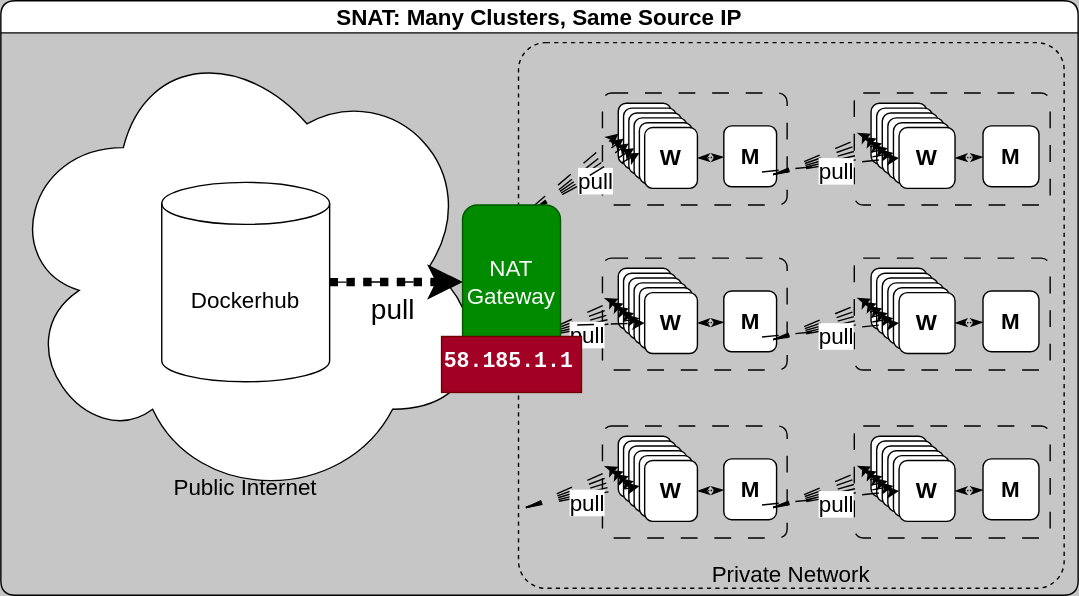
Earlier version of the draw.io export content/explainer/container-oci-registry/pull-a-public-container-image/4-pulls-from-snat-gateway.drawio.svg (doughgle/doughgle.github.io). Source tidied: cells renumbered, new cells last; positions are measured from the earlier drawing's top-left corner, leaving out a move shared by most shapes.
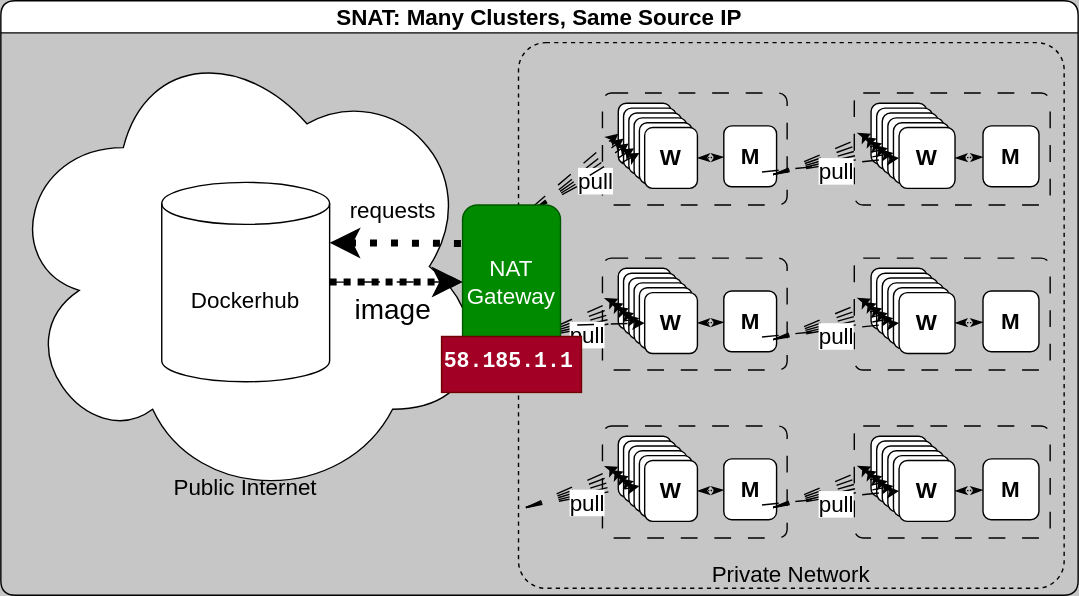
After the commit.

The edit, as a diff of the source:
```diff
@@ -261,10 +261,10 @@
         <mxPoint x="-58" y="58.3" as="sourcePoint" />
       </mxGeometry>
     </mxCell>
-    <mxCell id="73" value="pull" style="edgeStyle=none;html=1;entryX=0;entryY=0.5;entryDx=0;entryDy=0;fontSize=20;dashed=1;dashPattern=12 12;exitX=1;exitY=0.5;exitDx=0;exitDy=0;exitPerimeter=0;spacing=5;" parent="3" edge="1" source="5" target="108">
+    <mxCell id="73" value="image" style="edgeStyle=none;html=1;entryX=0;entryY=0.5;entryDx=0;entryDy=0;fontSize=20;dashed=1;dashPattern=12 12;exitX=1;exitY=0.5;exitDx=0;exitDy=0;exitPerimeter=0;spacing=5;" parent="3" edge="1" source="5" target="108">
       <mxGeometry x="-0.05" y="-19" relative="1" as="geometry" />
     </mxCell>
-    <mxCell id="74" style="edgeStyle=none;html=1;entryX=0;entryY=0.5;entryDx=0;entryDy=0;exitX=1;exitY=0.5;exitDx=0;exitDy=0;exitPerimeter=0;fontSize=16;dashed=1;strokeWidth=6;dashPattern=1 1;" parent="3" edge="1" source="5" target="108">
+    <mxCell id="74" style="edgeStyle=none;html=1;entryX=0;entryY=0.5;entryDx=0;entryDy=0;exitX=1;exitY=0.5;exitDx=0;exitDy=0;exitPerimeter=0;fontSize=16;dashed=1;strokeWidth=5;dashPattern=1 1;" parent="3" edge="1" source="5" target="108">
       <mxGeometry relative="1" as="geometry" />
     </mxCell>
     <mxCell id="75" style="group;" parent="3" vertex="1">
@@ -392,6 +392,9 @@
     <mxCell id="109" value="&lt;span style=&quot;font-family: SFMono-Regular, Menlo, Monaco, Consolas, &amp;quot;Liberation Mono&amp;quot;, &amp;quot;Courier New&amp;quot;, monospace; font-size: 15.4px;&quot;&gt;58.185.1.1&lt;/span&gt;" style="text;whiteSpace=wrap;html=1;fontSize=16;fillColor=#a20025;fontColor=#ffffff;strokeColor=#6F0000;labelBackgroundColor=none;fontStyle=1;" parent="3" vertex="1">
       <mxGeometry x="315" y="240" width="100" height="40" as="geometry" />
     </mxCell>
+    <mxCell id="111" value="requests" style="edgeStyle=none;html=1;entryX=0;entryY=0.25;entryDx=0;entryDy=0;exitX=1;exitY=0;exitDx=0;exitDy=43.125;exitPerimeter=0;fontSize=16;dashed=1;strokeWidth=5;startArrow=classic;startFill=1;endArrow=none;endFill=0;dashPattern=1 2;" parent="3" edge="1" source="5" target="108">
+      <mxGeometry x="-0.06" y="23" relative="1" as="geometry" />
+    </mxCell>
     <mxCell id="110" value="Private Network" style="text;strokeColor=none;align=center;fillColor=none;html=1;verticalAlign=middle;whiteSpace=wrap;rounded=0;dashed=1;fontSize=16;" parent="1" vertex="1">
       <mxGeometry x="505" y="395" width="120" height="30" as="geometry" />
     </mxCell>
```
